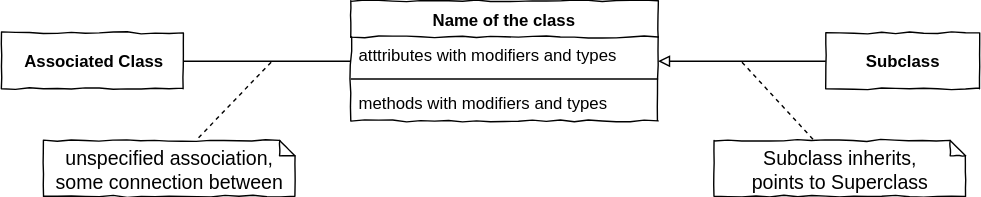
This is X01_Appendix/UML/ClassStructure.svg from JirkaDellOro/EIA2-Inverted, a draw.io export, as it was before one commit. Source tidied: cells renumbered, new cells last; positions are measured from the earlier drawing's top-left corner, leaving out a move shared by most shapes.
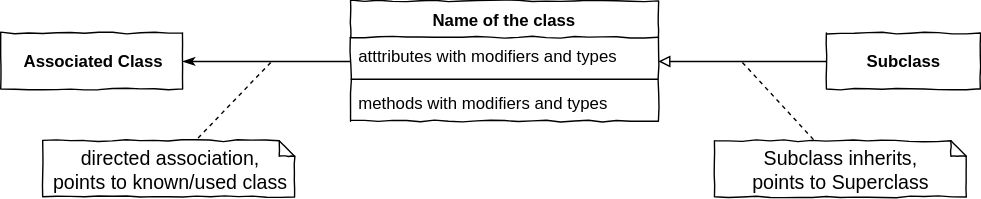
After the commit.

What changed in the source:
```diff
@@ -20,13 +20,13 @@
     <mxCell id="7" value="&lt;div style=&quot;text-align: left&quot;&gt;&lt;b&gt;Subclass&lt;/b&gt;&lt;/div&gt;" style="rounded=0;whiteSpace=wrap;html=1;comic=1;" parent="1" vertex="1">
       <mxGeometry x="590" y="23" width="110" height="40" as="geometry" />
     </mxCell>
-    <mxCell id="8" style="edgeStyle=orthogonalEdgeStyle;rounded=0;jettySize=auto;html=1;endArrow=none;endFill=0;" parent="1" edge="1" source="9" target="2">
+    <mxCell id="8" style="edgeStyle=orthogonalEdgeStyle;rounded=0;jettySize=auto;html=1;endArrow=none;endFill=0;startArrow=classicThin;startFill=1;" parent="1" edge="1" source="9" target="2">
       <mxGeometry relative="1" as="geometry" />
     </mxCell>
     <mxCell id="9" value="&lt;div style=&quot;text-align: left&quot;&gt;&lt;b&gt;Associated Class&lt;/b&gt;&lt;/div&gt;" style="rounded=0;whiteSpace=wrap;html=1;comic=1;" parent="1" vertex="1">
       <mxGeometry y="23" width="130" height="40" as="geometry" />
     </mxCell>
-    <mxCell id="10" value="unspecified association,&lt;br&gt;some connection between" style="shape=note;strokeWidth=1;fontSize=14;size=11;whiteSpace=wrap;html=1;rounded=0;shadow=0;comic=1;fillColor=#FFFFFF;" parent="1" vertex="1">
+    <mxCell id="10" value="directed association, &lt;br&gt;points to known/used class" style="shape=note;strokeWidth=1;fontSize=14;size=11;whiteSpace=wrap;html=1;rounded=0;shadow=0;comic=1;fillColor=#FFFFFF;" parent="1" vertex="1">
       <mxGeometry x="30" y="100" width="180" height="40" as="geometry" />
     </mxCell>
     <mxCell id="11" style="endArrow=none;dashed=1;html=1;" parent="1" edge="1" target="10">
```
